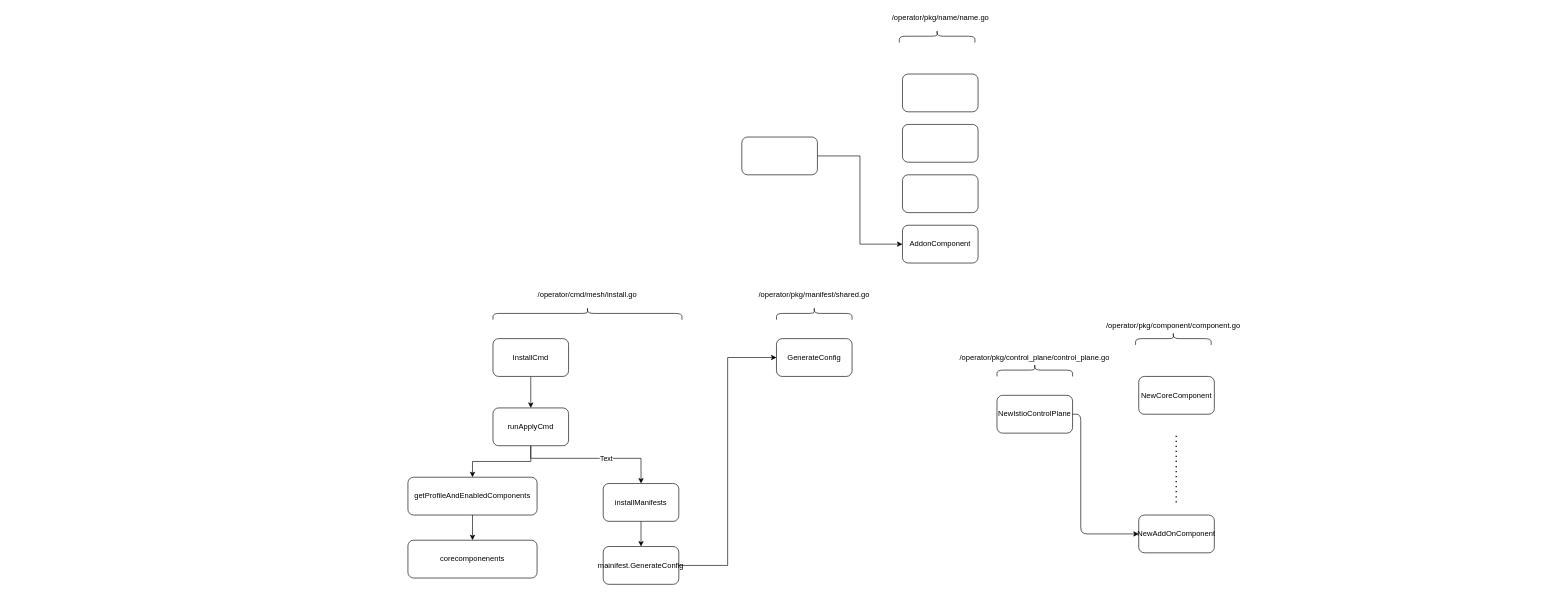
This is istioctl_componet_arch.drawio from xu1zhou/Documents, a draw.io file, before an edit. Source tidied: cells renumbered, new cells numbered last; positions are measured from the earlier drawing's top-left corner, leaving out a move shared by most shapes. Both pictures are drawn from the tidied source at 63%, with x=0, y=0 at pixel (408, -2).
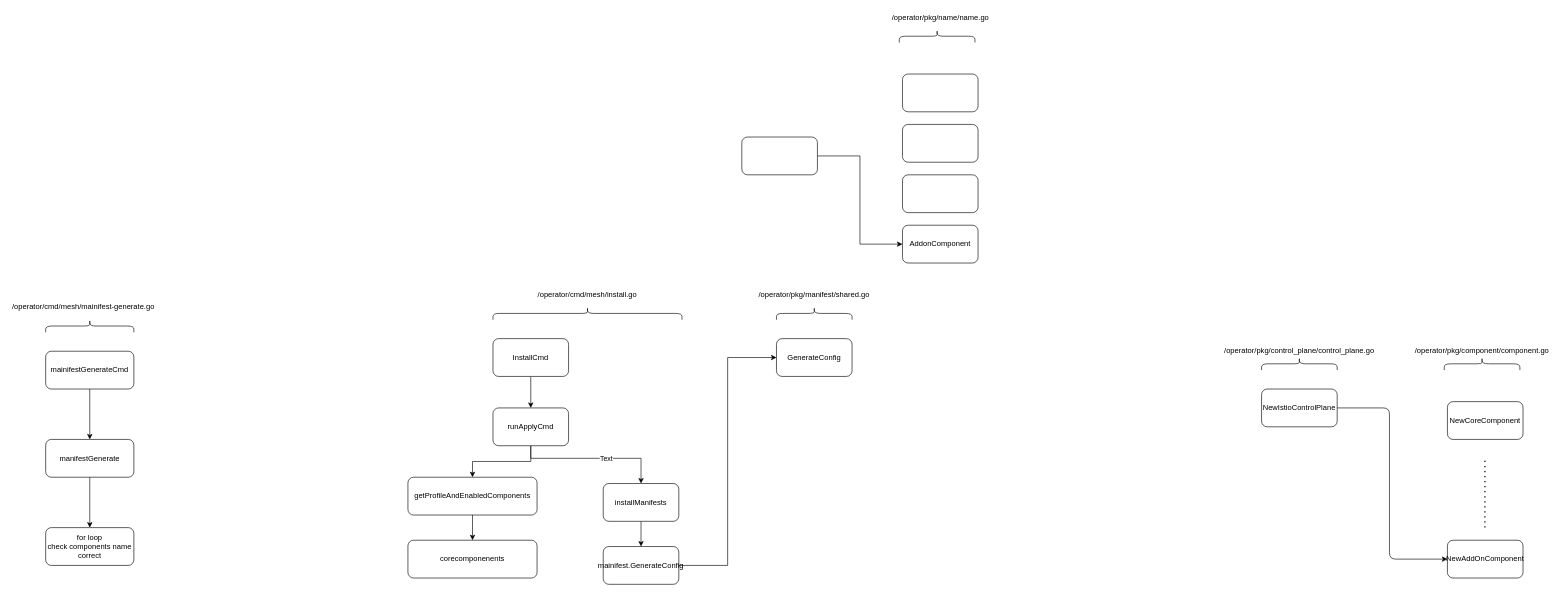
After the change.

The edit, as a diff of the source:
```diff
@@
     <mxCell id="10" value="/operator/pkg/component/component.go" style="text;html=1;strokeColor=none;fillColor=none;align=center;verticalAlign=middle;whiteSpace=wrap;rounded=0;" parent="1" vertex="1">
-      <mxGeometry x="1100" y="510" width="230" height="20" as="geometry" />
+      <mxGeometry x="1590" y="550" width="230" height="20" as="geometry" />
     </mxCell>
     <mxCell id="11" style="shape=curlyBracket;whiteSpace=wrap;html=1;rounded=1;rotation=90;" parent="1" vertex="1">
-      <mxGeometry x="1205" y="480" width="20" height="120" as="geometry" />
+      <mxGeometry x="1695" y="520" width="20" height="120" as="geometry" />
     </mxCell>
     <mxCell id="12" value="NewCoreComponent" style="rounded=1;whiteSpace=wrap;html=1;" parent="1" vertex="1">
-      <mxGeometry x="1160" y="600" width="120" height="60" as="geometry" />
+      <mxGeometry x="1650" y="640" width="120" height="60" as="geometry" />
     </mxCell>
     <mxCell id="13" value="NewAddOnComponent" style="rounded=1;whiteSpace=wrap;html=1;" parent="1" vertex="1">
-      <mxGeometry x="1160" y="820" width="120" height="60" as="geometry" />
+      <mxGeometry x="1650" y="860" width="120" height="60" as="geometry" />
     </mxCell>
     <mxCell id="14" style="endArrow=none;dashed=1;html=1;dashPattern=1 3;strokeWidth=2;" parent="1" edge="1">
       <mxGeometry relative="1" as="geometry">
-        <mxPoint x="1219.5" y="800" as="sourcePoint" />
-        <mxPoint x="1219.5" y="690" as="targetPoint" />
+        <mxPoint x="1709.5" y="840" as="sourcePoint" />
+        <mxPoint x="1709.5" y="730" as="targetPoint" />
         <Array as="points">
-          <mxPoint x="1219.5" y="760" />
+          <mxPoint x="1709.5" y="800" />
         </Array>
       </mxGeometry>
     </mxCell>
     <mxCell id="15" value="NewIstioControlPlane" style="rounded=1;whiteSpace=wrap;html=1;" parent="1" vertex="1">
-      <mxGeometry x="935" y="630" width="120" height="60" as="geometry" />
+      <mxGeometry x="1355" y="620" width="120" height="60" as="geometry" />
     </mxCell>
     <mxCell id="16" value="/operator/pkg/control_plane/control_plane.go" style="text;html=1;strokeColor=none;fillColor=none;align=center;verticalAlign=middle;whiteSpace=wrap;rounded=0;" parent="1" vertex="1">
-      <mxGeometry x="880" y="560" width="230" height="20" as="geometry" />
+      <mxGeometry x="1300" y="550" width="230" height="20" as="geometry" />
     </mxCell>
     <mxCell id="17" style="shape=curlyBracket;whiteSpace=wrap;html=1;rounded=1;rotation=90;" parent="1" vertex="1">
-      <mxGeometry x="985" y="530" width="20" height="120" as="geometry" />
+      <mxGeometry x="1405" y="520" width="20" height="120" as="geometry" />
     </mxCell>
     <mxCell id="18" style="edgeStyle=elbowEdgeStyle;elbow=horizontal;endArrow=classic;html=1;exitX=1;exitY=0.5;exitDx=0;exitDy=0;entryX=0;entryY=0.5;entryDx=0;entryDy=0;" parent="1" edge="1" source="15" target="13">
       <mxGeometry relative="1" as="geometry">
         <Array as="points">
-          <mxPoint x="1068" y="770" />
+          <mxPoint x="1558" y="810" />
         </Array>
       </mxGeometry>
     </mxCell>
@@
+    <mxCell id="37" style="shape=curlyBracket;whiteSpace=wrap;html=1;rounded=1;rotation=90;" parent="1" vertex="1">
+      <mxGeometry x="-515" y="450" width="20" height="140" as="geometry" />
+    </mxCell>
+    <mxCell id="38" style="edgeStyle=orthogonalEdgeStyle;rounded=0;jettySize=auto;html=1;" parent="1" edge="1" source="39" target="42">
+      <mxGeometry relative="1" as="geometry" />
+    </mxCell>
+    <mxCell id="39" value="mainifestGenerateCmd" style="rounded=1;whiteSpace=wrap;html=1;" parent="1" vertex="1">
+      <mxGeometry x="-575" y="560" width="140" height="60" as="geometry" />
+    </mxCell>
+    <mxCell id="40" value="/operator/cmd/mesh/mainifest-generate.go" style="text;html=1;strokeColor=none;fillColor=none;align=center;verticalAlign=middle;whiteSpace=wrap;rounded=0;" parent="1" vertex="1">
+      <mxGeometry x="-630" y="480" width="230" height="20" as="geometry" />
+    </mxCell>
+    <mxCell id="41" style="edgeStyle=orthogonalEdgeStyle;rounded=0;jettySize=auto;html=1;" parent="1" edge="1" source="42" target="43">
+      <mxGeometry relative="1" as="geometry" />
+    </mxCell>
+    <mxCell id="42" value="manifestGenerate" style="rounded=1;whiteSpace=wrap;html=1;" parent="1" vertex="1">
+      <mxGeometry x="-575" y="700" width="140" height="60" as="geometry" />
+    </mxCell>
+    <mxCell id="43" value="for loop&lt;br&gt;check components name&lt;br&gt;correct" style="rounded=1;whiteSpace=wrap;html=1;" parent="1" vertex="1">
+      <mxGeometry x="-575" y="840" width="140" height="60" as="geometry" />
+    </mxCell>
```
